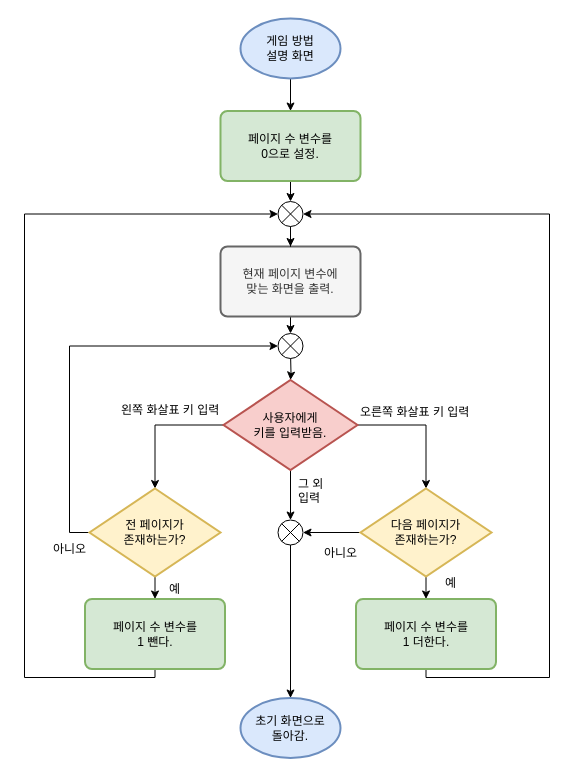
Earlier version of the draw.io diagram 게임 방법 설정 화면 v2.drawio (trevel1959/majorProject_flowchart). Source tidied: cells renumbered, new cells numbered last; positions are measured from the earlier drawing's top-left corner, leaving out a move shared by most shapes. Both pictures are drawn from the tidied source at 100%, with x=0, y=0 at pixel (24, 18).
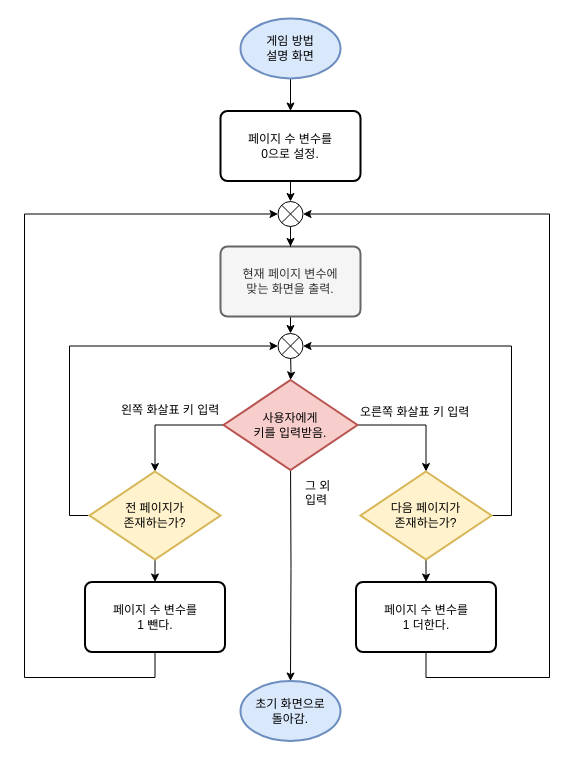
The same page after the edit.

The change refers to these unchanged cells:
```xml
<mxCell id="7" value="사용자에게&lt;br&gt;키를 입력받음." style="strokeWidth=2;html=1;shape=mxgraph.flowchart.decision;whiteSpace=wrap;fillColor=#f8cecc;strokeColor=#b85450;" parent="1" vertex="1">
  <mxGeometry x="199" y="361.5" width="134" height="90" as="geometry" />
</mxCell>
<mxCell id="26" style="verticalLabelPosition=bottom;verticalAlign=top;html=1;shape=mxgraph.flowchart.or;" parent="1" vertex="1">
  <mxGeometry x="253.5" y="315" width="25" height="25" as="geometry" />
</mxCell>
```

What changed in the source:
```diff
@@
-    <mxCell id="6" style="edgeStyle=orthogonalEdgeStyle;rounded=0;jettySize=auto;html=1;exitX=0.5;exitY=1;exitDx=0;exitDy=0;exitPerimeter=0;entryX=0.5;entryY=0;entryDx=0;entryDy=0;entryPerimeter=0;" parent="1" edge="1" source="7" target="35">
-      <mxGeometry relative="1" as="geometry" />
-    </mxCell>
+    <mxCell id="36" style="edgeStyle=orthogonalEdgeStyle;rounded=0;jettySize=auto;html=1;exitX=0.5;exitY=1;exitDx=0;exitDy=0;exitPerimeter=0;" parent="1" edge="1" target="11">
+      <mxGeometry relative="1" as="geometry">
+        <mxPoint x="266" y="436" as="sourcePoint" />
+      </mxGeometry>
+    </mxCell>
@@
     <mxCell id="10" value="전 페이지가&lt;br&gt;존재하는가?" style="strokeWidth=2;html=1;shape=mxgraph.flowchart.decision;whiteSpace=wrap;fillColor=#fff2cc;strokeColor=#d6b656;" parent="1" vertex="1">
-      <mxGeometry x="65" y="470" width="131" height="88" as="geometry" />
+      <mxGeometry x="65" y="453" width="131" height="88" as="geometry" />
     </mxCell>
     <mxCell id="11" value="초기 화면으로&lt;br&gt;돌아감." style="strokeWidth=2;html=1;shape=mxgraph.flowchart.start_1;whiteSpace=wrap;fillColor=#dae8fc;strokeColor=#6c8ebf;" parent="1" vertex="1">
-      <mxGeometry x="216" y="679.5" width="100" height="60" as="geometry" />
+      <mxGeometry x="216" y="662.5" width="100" height="60" as="geometry" />
     </mxCell>
@@
-    <mxCell id="13" value="페이지 수 변수를&lt;br&gt;0으로 설정." style="rounded=1;whiteSpace=wrap;html=1;absoluteArcSize=1;arcSize=14;strokeWidth=2;fillColor=#d5e8d4;strokeColor=#82b366;" parent="1" vertex="1">
+    <mxCell id="13" value="페이지 수 변수를&lt;br&gt;0으로 설정." style="rounded=1;whiteSpace=wrap;html=1;absoluteArcSize=1;arcSize=14;strokeWidth=2;" parent="1" vertex="1">
       <mxGeometry x="196" y="92.5" width="140" height="70" as="geometry" />
     </mxCell>
@@
-    <mxCell id="17" style="edgeStyle=orthogonalEdgeStyle;rounded=0;jettySize=auto;html=1;exitX=0;exitY=0.5;exitDx=0;exitDy=0;exitPerimeter=0;entryX=1;entryY=0.5;entryDx=0;entryDy=0;entryPerimeter=0;" parent="1" edge="1" source="18" target="35">
-      <mxGeometry relative="1" as="geometry" />
-    </mxCell>
+    <mxCell id="37" style="edgeStyle=orthogonalEdgeStyle;rounded=0;jettySize=auto;html=1;exitX=1;exitY=0.5;exitDx=0;exitDy=0;exitPerimeter=0;entryX=1;entryY=0.5;entryDx=0;entryDy=0;entryPerimeter=0;" parent="1" edge="1" source="18" target="26">
+      <mxGeometry relative="1" as="geometry" />
+    </mxCell>
     <mxCell id="18" value="다음 페이지가&lt;br&gt;존재하는가?" style="strokeWidth=2;html=1;shape=mxgraph.flowchart.decision;whiteSpace=wrap;fillColor=#fff2cc;strokeColor=#d6b656;" parent="1" vertex="1">
-      <mxGeometry x="336" y="470" width="131" height="88" as="geometry" />
+      <mxGeometry x="336" y="453" width="131" height="88" as="geometry" />
     </mxCell>
@@
-    <mxCell id="20" value="페이지 수 변수를&lt;br&gt;1 뺀다." style="rounded=1;whiteSpace=wrap;html=1;absoluteArcSize=1;arcSize=14;strokeWidth=2;fillColor=#d5e8d4;strokeColor=#82b366;" parent="1" vertex="1">
-      <mxGeometry x="60.5" y="580.5" width="140" height="70" as="geometry" />
+    <mxCell id="20" value="페이지 수 변수를&lt;br&gt;1 뺀다." style="rounded=1;whiteSpace=wrap;html=1;absoluteArcSize=1;arcSize=14;strokeWidth=2;" parent="1" vertex="1">
+      <mxGeometry x="60.5" y="563.5" width="140" height="70" as="geometry" />
     </mxCell>
@@
-    <mxCell id="22" value="페이지 수 변수를&lt;br&gt;1 더한다." style="rounded=1;whiteSpace=wrap;html=1;absoluteArcSize=1;arcSize=14;strokeWidth=2;fillColor=#d5e8d4;strokeColor=#82b366;" parent="1" vertex="1">
-      <mxGeometry x="331.5" y="580.5" width="140" height="70" as="geometry" />
+    <mxCell id="22" value="페이지 수 변수를&lt;br&gt;1 더한다." style="rounded=1;whiteSpace=wrap;html=1;absoluteArcSize=1;arcSize=14;strokeWidth=2;" parent="1" vertex="1">
+      <mxGeometry x="331.5" y="563.5" width="140" height="70" as="geometry" />
     </mxCell>
@@
     <mxCell id="29" value="그 외&lt;br&gt;입력" style="text;html=1;align=left;verticalAlign=top;spacingTop=-4;" parent="1" vertex="1">
-      <mxGeometry x="272" y="456" width="37" height="28" as="geometry" />
+      <mxGeometry x="278.5" y="458" width="37" height="28" as="geometry" />
     </mxCell>
-    <mxCell id="30" value="예" style="text;html=1;align=left;verticalAlign=top;spacingTop=-4;" parent="1" vertex="1">
-      <mxGeometry x="419" y="555" width="22" height="14" as="geometry" />
-    </mxCell>
-    <mxCell id="31" value="예" style="text;html=1;align=left;verticalAlign=top;spacingTop=-4;" parent="1" vertex="1">
-      <mxGeometry x="143" y="561" width="22" height="14" as="geometry" />
-    </mxCell>
-    <mxCell id="32" value="아니오" style="text;html=1;align=left;verticalAlign=top;spacingTop=-4;" parent="1" vertex="1">
-      <mxGeometry x="297.5" y="524.5" width="46" height="14" as="geometry" />
-    </mxCell>
-    <mxCell id="33" value="아니오" style="text;html=1;align=left;verticalAlign=top;spacingTop=-4;" parent="1" vertex="1">
-      <mxGeometry x="27" y="521" width="46" height="14" as="geometry" />
-    </mxCell>
-    <mxCell id="34" style="edgeStyle=orthogonalEdgeStyle;rounded=0;jettySize=auto;html=1;exitX=0.5;exitY=1;exitDx=0;exitDy=0;exitPerimeter=0;entryX=0.5;entryY=0;entryDx=0;entryDy=0;entryPerimeter=0;" parent="1" edge="1" source="35" target="11">
-      <mxGeometry relative="1" as="geometry" />
-    </mxCell>
-    <mxCell id="35" style="verticalLabelPosition=bottom;verticalAlign=top;html=1;shape=mxgraph.flowchart.or;" parent="1" vertex="1">
-      <mxGeometry x="253.5" y="501.5" width="25" height="25" as="geometry" />
-    </mxCell>
```
